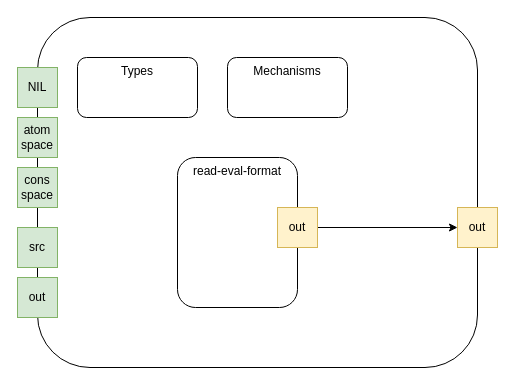
The draw.io diagram page "Top" (6 of 7) of eval.drawio in guitarvydas/dasl2, before the edit. Source tidied: cells renumbered, new cells numbered last; positions are measured from the earlier drawing's top-left corner, leaving out a move shared by most shapes. Both pictures are drawn from the tidied source at 100%, with x=0, y=0 at pixel (17, 17).
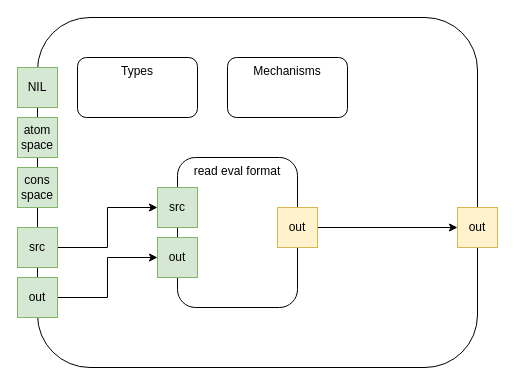
After the change.

Diff of the diagram source:
```diff
@@
 <mxGraphModel>
   <root>
     <mxCell id="0" />
     <mxCell id="1" parent="0" />
     <mxCell id="2" style="rounded=1;whiteSpace=wrap;html=1;" parent="1" vertex="1">
       <mxGeometry x="20" width="440" height="350" as="geometry" />
     </mxCell>
     <mxCell id="3" value="Types" style="rounded=1;whiteSpace=wrap;html=1;verticalAlign=top;" parent="1" vertex="1">
       <mxGeometry x="60" y="40" width="120" height="60" as="geometry" />
     </mxCell>
     <mxCell id="4" value="Mechanisms" style="rounded=1;whiteSpace=wrap;html=1;verticalAlign=top;" parent="1" vertex="1">
       <mxGeometry x="210" y="40" width="120" height="60" as="geometry" />
     </mxCell>
-    <mxCell id="5" value="read-eval-format" style="rounded=1;whiteSpace=wrap;html=1;verticalAlign=top;" parent="1" vertex="1">
+    <mxCell id="5" value="read eval format" style="rounded=1;whiteSpace=wrap;html=1;verticalAlign=top;" parent="1" vertex="1">
       <mxGeometry x="160" y="140" width="120" height="150" as="geometry" />
     </mxCell>
     <mxCell id="6" value="cons space" style="whiteSpace=wrap;html=1;fillColor=#d5e8d4;strokeColor=#82b366;" parent="1" vertex="1">
       <mxGeometry y="150" width="40" height="40" as="geometry" />
     </mxCell>
+    <mxCell id="14" style="edgeStyle=orthogonalEdgeStyle;rounded=0;jettySize=auto;html=1;exitX=1;exitY=0.5;exitDx=0;exitDy=0;entryX=0;entryY=0.5;entryDx=0;entryDy=0;" parent="1" edge="1" source="7" target="16">
+      <mxGeometry relative="1" as="geometry" />
+    </mxCell>
     <mxCell id="7" value="src" style="whiteSpace=wrap;html=1;fillColor=#d5e8d4;strokeColor=#82b366;" parent="1" vertex="1">
       <mxGeometry y="210" width="40" height="40" as="geometry" />
     </mxCell>
+    <mxCell id="15" style="edgeStyle=orthogonalEdgeStyle;rounded=0;jettySize=auto;html=1;exitX=1;exitY=0.5;exitDx=0;exitDy=0;entryX=0;entryY=0.5;entryDx=0;entryDy=0;" parent="1" edge="1" source="8" target="17">
+      <mxGeometry relative="1" as="geometry" />
+    </mxCell>
     <mxCell id="8" value="out" style="whiteSpace=wrap;html=1;fillColor=#d5e8d4;strokeColor=#82b366;" parent="1" vertex="1">
       <mxGeometry y="260" width="40" height="40" as="geometry" />
     </mxCell>
     <mxCell id="9" value="atom space" style="whiteSpace=wrap;html=1;fillColor=#d5e8d4;strokeColor=#82b366;" parent="1" vertex="1">
       <mxGeometry y="100" width="40" height="40" as="geometry" />
     </mxCell>
     <mxCell id="10" value="NIL" style="whiteSpace=wrap;html=1;fillColor=#d5e8d4;strokeColor=#82b366;" parent="1" vertex="1">
       <mxGeometry y="50" width="40" height="40" as="geometry" />
     </mxCell>
     <mxCell id="11" style="edgeStyle=orthogonalEdgeStyle;rounded=0;jettySize=auto;html=1;exitX=1;exitY=0.5;exitDx=0;exitDy=0;entryX=0;entryY=0.5;entryDx=0;entryDy=0;" parent="1" edge="1" source="12" target="13">
       <mxGeometry relative="1" as="geometry" />
     </mxCell>
     <mxCell id="12" value="out" style="whiteSpace=wrap;html=1;fillColor=#fff2cc;strokeColor=#d6b656;" parent="1" vertex="1">
       <mxGeometry x="260" y="190" width="40" height="40" as="geometry" />
     </mxCell>
     <mxCell id="13" value="out" style="whiteSpace=wrap;html=1;fillColor=#fff2cc;strokeColor=#d6b656;" parent="1" vertex="1">
       <mxGeometry x="440" y="190" width="40" height="40" as="geometry" />
     </mxCell>
+    <mxCell id="16" value="src" style="whiteSpace=wrap;html=1;fillColor=#d5e8d4;strokeColor=#82b366;" parent="1" vertex="1">
+      <mxGeometry x="140" y="170" width="40" height="40" as="geometry" />
+    </mxCell>
+    <mxCell id="17" value="out" style="whiteSpace=wrap;html=1;fillColor=#d5e8d4;strokeColor=#82b366;" parent="1" vertex="1">
+      <mxGeometry x="140" y="220" width="40" height="40" as="geometry" />
+    </mxCell>
   </root>
 </mxGraphModel>
```
